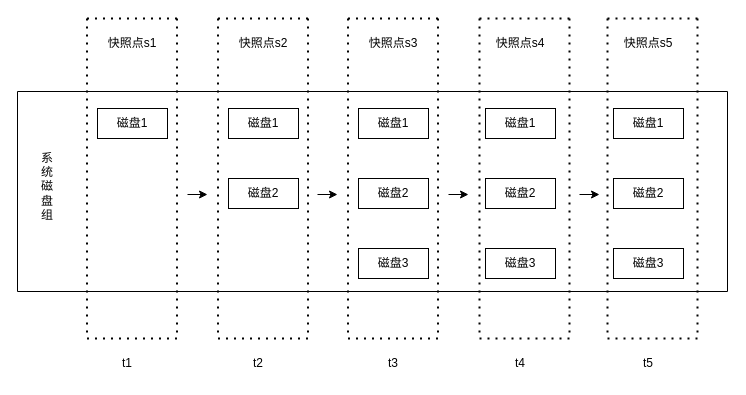
Above: 发明专利附图/一种windows整机永久增量备份方法/快照链管理.drawio in kisun-bit/draw.io (draw.io), before the change. Source tidied: cells renumbered, new cells numbered last; positions are measured from the earlier drawing's top-left corner, leaving out a move shared by most shapes. Both pictures are drawn from the tidied source at 100%, with x=0, y=0 at pixel (17, 18).
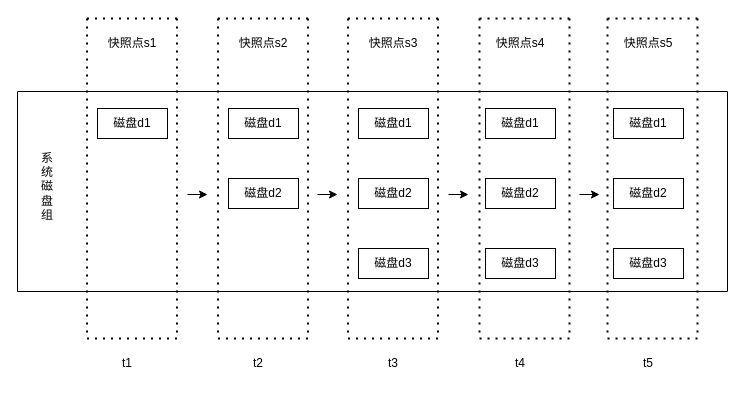
Above is the later version.

Commit message:
更新快照链管理.drawio-磁盘重命名

Change to the diagram source:
```diff
@@
-    <mxCell id="2" value="磁盘1" style="rounded=0;whiteSpace=wrap;html=1;" parent="1" vertex="1">
+    <mxCell id="2" value="磁盘d1" style="rounded=0;whiteSpace=wrap;html=1;" parent="1" vertex="1">
       <mxGeometry x="80" y="90" width="70" height="30" as="geometry" />
     </mxCell>
-    <mxCell id="3" value="磁盘1" style="rounded=0;whiteSpace=wrap;html=1;" parent="1" vertex="1">
+    <mxCell id="3" value="磁盘d1" style="rounded=0;whiteSpace=wrap;html=1;" parent="1" vertex="1">
       <mxGeometry x="211" y="90" width="70" height="30" as="geometry" />
     </mxCell>
-    <mxCell id="4" value="磁盘1" style="rounded=0;whiteSpace=wrap;html=1;" parent="1" vertex="1">
+    <mxCell id="4" value="磁盘d1" style="rounded=0;whiteSpace=wrap;html=1;" parent="1" vertex="1">
       <mxGeometry x="341" y="90" width="70" height="30" as="geometry" />
     </mxCell>
-    <mxCell id="5" value="磁盘1" style="rounded=0;whiteSpace=wrap;html=1;" parent="1" vertex="1">
+    <mxCell id="5" value="磁盘d1" style="rounded=0;whiteSpace=wrap;html=1;" parent="1" vertex="1">
       <mxGeometry x="468" y="90" width="70" height="30" as="geometry" />
     </mxCell>
-    <mxCell id="6" value="磁盘2" style="rounded=0;whiteSpace=wrap;html=1;" parent="1" vertex="1">
+    <mxCell id="6" value="磁盘d2" style="rounded=0;whiteSpace=wrap;html=1;" parent="1" vertex="1">
       <mxGeometry x="211" y="160" width="70" height="30" as="geometry" />
     </mxCell>
-    <mxCell id="7" value="磁盘2" style="rounded=0;whiteSpace=wrap;html=1;" parent="1" vertex="1">
+    <mxCell id="7" value="磁盘d2" style="rounded=0;whiteSpace=wrap;html=1;" parent="1" vertex="1">
       <mxGeometry x="341" y="160" width="70" height="30" as="geometry" />
     </mxCell>
-    <mxCell id="8" value="磁盘2" style="rounded=0;whiteSpace=wrap;html=1;" parent="1" vertex="1">
+    <mxCell id="8" value="磁盘d2" style="rounded=0;whiteSpace=wrap;html=1;" parent="1" vertex="1">
       <mxGeometry x="468" y="160" width="70" height="30" as="geometry" />
     </mxCell>
-    <mxCell id="9" value="磁盘3" style="rounded=0;whiteSpace=wrap;html=1;" parent="1" vertex="1">
+    <mxCell id="9" value="磁盘d3" style="rounded=0;whiteSpace=wrap;html=1;" parent="1" vertex="1">
       <mxGeometry x="341" y="230" width="70" height="30" as="geometry" />
     </mxCell>
-    <mxCell id="10" value="磁盘3" style="rounded=0;whiteSpace=wrap;html=1;" parent="1" vertex="1">
+    <mxCell id="10" value="磁盘d3" style="rounded=0;whiteSpace=wrap;html=1;" parent="1" vertex="1">
       <mxGeometry x="468" y="230" width="70" height="30" as="geometry" />
     </mxCell>
@@
-    <mxCell id="31" value="磁盘1" style="rounded=0;whiteSpace=wrap;html=1;" parent="1" vertex="1">
+    <mxCell id="31" value="磁盘d1" style="rounded=0;whiteSpace=wrap;html=1;" parent="1" vertex="1">
       <mxGeometry x="596" y="90" width="70" height="30" as="geometry" />
     </mxCell>
-    <mxCell id="32" value="磁盘2" style="rounded=0;whiteSpace=wrap;html=1;" parent="1" vertex="1">
+    <mxCell id="32" value="磁盘d2" style="rounded=0;whiteSpace=wrap;html=1;" parent="1" vertex="1">
       <mxGeometry x="596" y="160" width="70" height="30" as="geometry" />
     </mxCell>
-    <mxCell id="33" value="磁盘3" style="rounded=0;whiteSpace=wrap;html=1;" parent="1" vertex="1">
+    <mxCell id="33" value="磁盘d3" style="rounded=0;whiteSpace=wrap;html=1;" parent="1" vertex="1">
       <mxGeometry x="596" y="230" width="70" height="30" as="geometry" />
     </mxCell>
```
